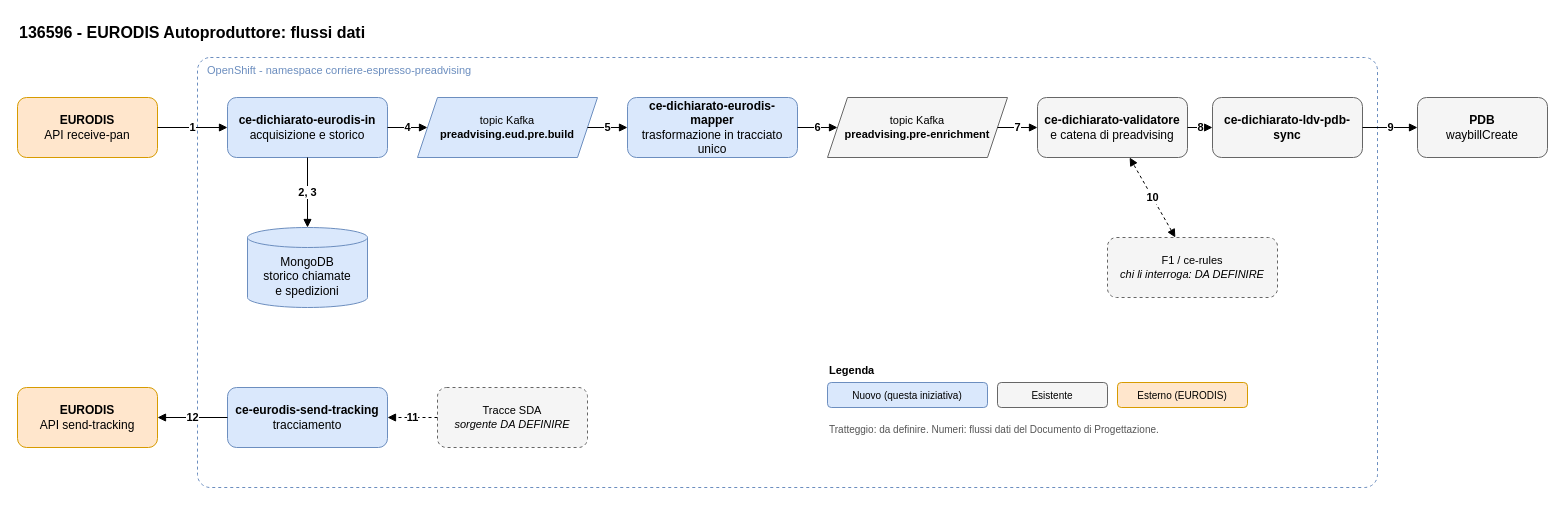
Above: page "Flussi dati" (2 of 2) of iniziative/136596/documenti/fig-1-architettura.drawio in diegoMereu/sda-bmad (draw.io), before the change. Source tidied: cells renumbered, new cells numbered last; positions are measured from the earlier drawing's top-left corner, leaving out a move shared by most shapes. Both pictures are drawn from the tidied source at 100%, with x=0, y=0 at pixel (17, 17).
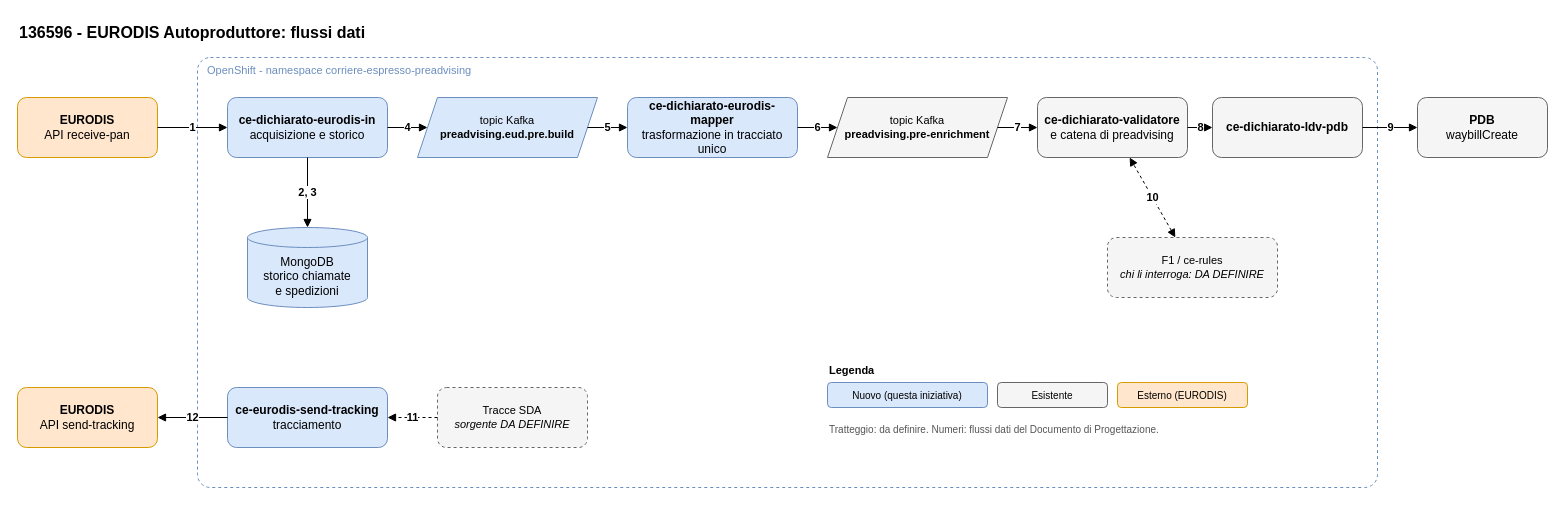
After the change.

The edit, as a diff of the source:
```diff
@@
-    <mxCell id="11" value="&lt;b&gt;ce-dichiarato-ldv-pdb-sync&lt;/b&gt;" style="rounded=1;whiteSpace=wrap;html=1;fillColor=#f5f5f5;strokeColor=#666666;" parent="1" vertex="1">
+    <mxCell id="11" value="&lt;b&gt;ce-dichiarato-ldv-pdb&lt;/b&gt;" style="rounded=1;whiteSpace=wrap;html=1;fillColor=#f5f5f5;strokeColor=#666666;" parent="1" vertex="1">
       <mxGeometry x="1195" y="80" width="150" height="60" as="geometry" />
     </mxCell>
```
